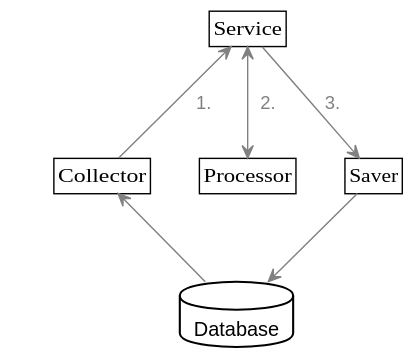
The PlantUML diagram .gitbook/assets/collect-process-save-simple.svg in petozoltan/gitbook-sync, before a commit.
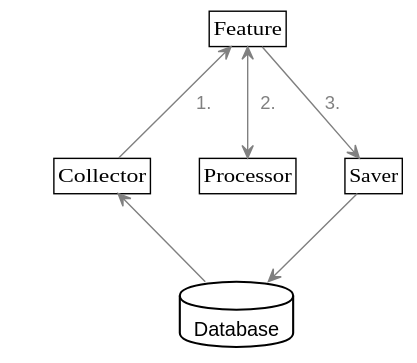
Above is the later version.

What changed in the source:
```diff
@@ -52,9 +52,9 @@
 Processor -[hidden] Saver
 }
 
-Service  <--  Collector : " 1."
-Service  <--> Processor : "  2."
-Service  --> Saver : " 3."
+Feature  <--  Collector : " 1."
+Feature  <--> Processor : "  2."
+Feature  --> Saver : " 3."
 Saver --> Database
 Collector <-- Database
 
```
